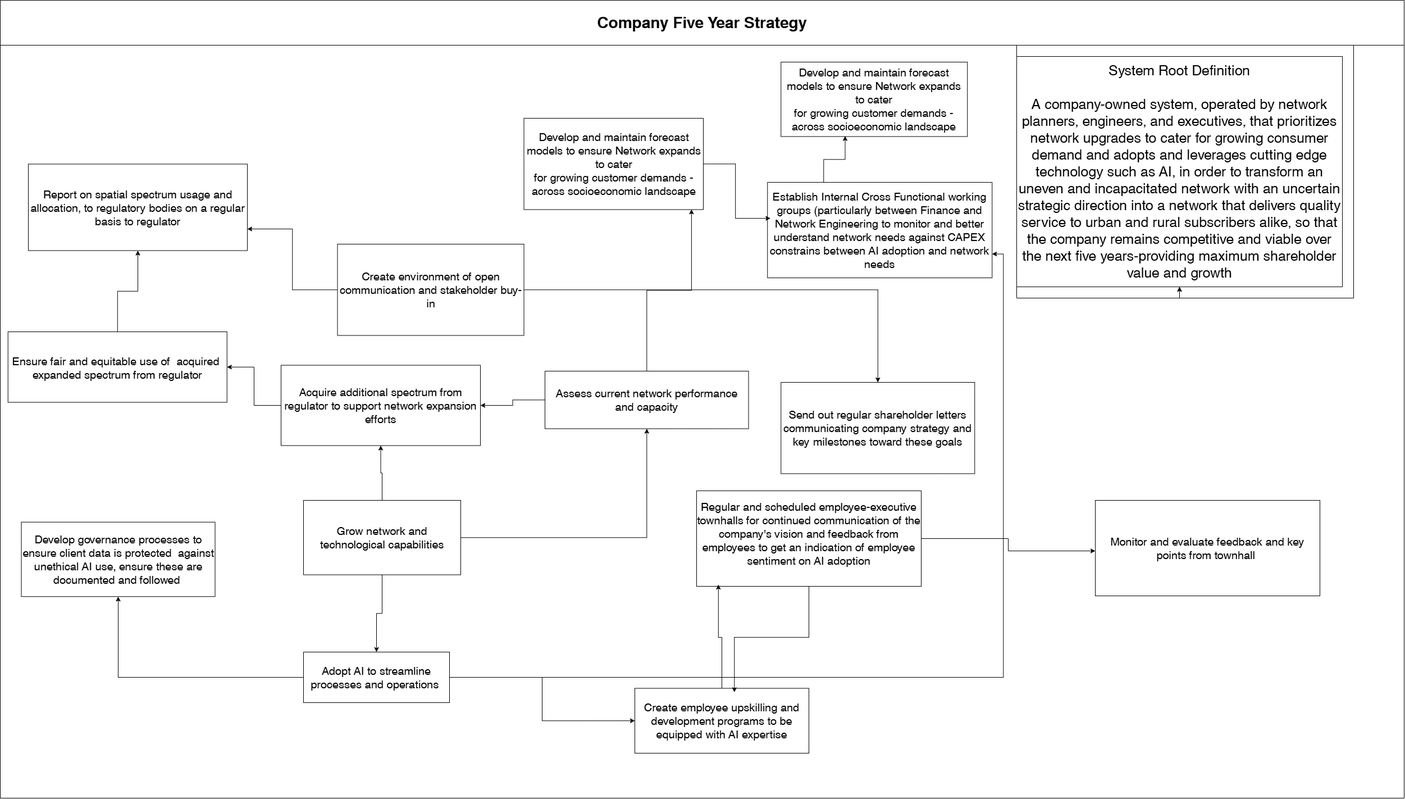
Earlier version of the draw.io export latest_ssm_conceptual_model.drawio.png (pamelafful/Prescriptive-Analytics). Source tidied: cells renumbered, new cells last; positions are measured from the earlier drawing's top-left corner, leaving out a move shared by most shapes.
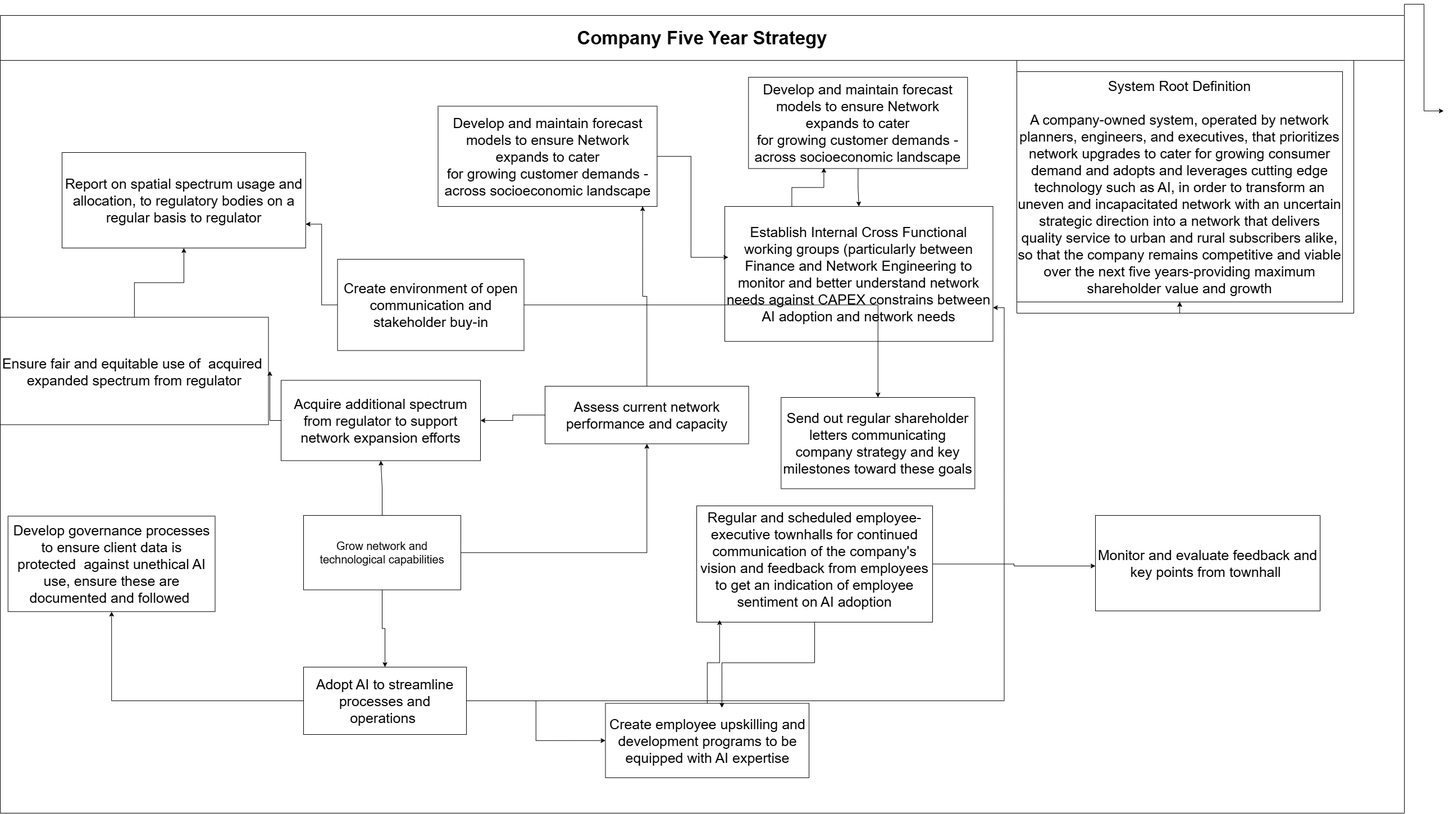
Later version of the same file.

Diff of the diagram source:
```diff
@@ -2,14 +2,19 @@
   <root>
     <mxCell id="0" />
     <mxCell id="1" parent="0" />
+    <mxCell id="38" style="edgeStyle=orthogonalEdgeStyle;rounded=0;jettySize=auto;html=1;exitX=1;exitY=0;exitDx=0;exitDy=0;defaultLabelBackgroundColor=page;" parent="1" edge="1" source="2">
+      <mxGeometry relative="1" as="geometry">
+        <mxPoint x="2570" y="170" as="targetPoint" />
+      </mxGeometry>
+    </mxCell>
-    <mxCell id="2" value="Company Five Year Strategy" style="swimlane;whiteSpace=wrap;startSize=80;fontSize=28;" parent="1" vertex="1">
+    <mxCell id="2" value="Company Five Year Strategy" style="swimlane;whiteSpace=wrap;startSize=80;fontSize=33;" parent="1" vertex="1">
       <mxGeometry width="2500" height="1420" as="geometry" />
     </mxCell>
     <mxCell id="3" style="edgeStyle=orthogonalEdgeStyle;rounded=0;jettySize=auto;html=1;defaultLabelBackgroundColor=page;" parent="2" edge="1" source="4" target="23">
       <mxGeometry relative="1" as="geometry" />
     </mxCell>
-    <mxCell id="4" value="Ensure fair and equitable use of  acquired &#10;expanded spectrum from regulator" style="fontSize=20;" parent="2" vertex="1">
-      <mxGeometry x="13.8" y="590" width="390" height="125.5" as="geometry" />
+    <mxCell id="4" value="Ensure fair and equitable use of  acquired &#10;expanded spectrum from regulator" style="fontSize=25;" parent="2" vertex="1">
+      <mxGeometry y="537.2" width="477.5" height="191.2" as="geometry" />
     </mxCell>
     <mxCell id="5" style="edgeStyle=orthogonalEdgeStyle;rounded=0;jettySize=auto;html=1;entryX=0.5;entryY=0;entryDx=0;entryDy=0;defaultLabelBackgroundColor=page;" parent="2" edge="1" source="7" target="11">
       <mxGeometry relative="1" as="geometry" />
@@ -29,23 +34,23 @@
     <mxCell id="10" style="edgeStyle=orthogonalEdgeStyle;rounded=0;jettySize=auto;html=1;entryX=1;entryY=0.75;entryDx=0;entryDy=0;defaultLabelBackgroundColor=page;" parent="2" edge="1" source="11" target="12">
       <mxGeometry relative="1" as="geometry" />
     </mxCell>
-    <mxCell id="11" value="Adopt AI to streamline processes and operations " style="fontSize=20;whiteSpace=wrap;" parent="2" vertex="1">
-      <mxGeometry x="540" y="1160" width="260" height="90" as="geometry" />
+    <mxCell id="11" value="Adopt AI to streamline processes and operations " style="fontSize=25;whiteSpace=wrap;" parent="2" vertex="1">
+      <mxGeometry x="540" y="1160" width="290" height="120" as="geometry" />
     </mxCell>
-    <mxCell id="12" value="&lt;font style=&quot;font-size: 20px;&quot;&gt;Establish Internal Cross Functional working groups (particularly between Finance and Network Engineering&amp;nbsp;to monitor and better understand network needs against CAPEX constrains between AI adoption and network needs&lt;/font&gt;" style="whiteSpace=wrap;html=1;" parent="2" vertex="1">
-      <mxGeometry x="1366.2" y="324" width="400" height="170" as="geometry" />
+    <mxCell id="12" value="&lt;font style=&quot;font-size: 25px;&quot;&gt;Establish Internal Cross Functional working groups (particularly between Finance and Network Engineering&amp;nbsp;to monitor and better understand network needs against CAPEX constrains between AI adoption and network needs&lt;/font&gt;" style="whiteSpace=wrap;html=1;" parent="2" vertex="1">
+      <mxGeometry x="1290" y="340" width="477.5" height="240.2" as="geometry" />
     </mxCell>
-    <mxCell id="13" value="&lt;font style=&quot;font-size: 20px;&quot;&gt;Develop governance processes to ensure client data is protected&amp;nbsp; against unethical AI use, ensure these are documented and followed&amp;nbsp;&lt;/font&gt;" style="whiteSpace=wrap;html=1;" parent="2" vertex="1">
-      <mxGeometry x="37.5" y="928.8" width="345" height="132.5" as="geometry" />
+    <mxCell id="13" value="&lt;font style=&quot;font-size: 25px;&quot;&gt;Develop governance processes to ensure client data is protected&amp;nbsp; against unethical AI use, ensure these are documented and followed&amp;nbsp;&lt;/font&gt;" style="whiteSpace=wrap;html=1;" parent="2" vertex="1">
+      <mxGeometry x="13.8" y="891.2" width="368.8" height="170" as="geometry" />
     </mxCell>
     <mxCell id="14" style="edgeStyle=orthogonalEdgeStyle;rounded=0;jettySize=auto;html=1;entryX=1;entryY=0.75;entryDx=0;entryDy=0;defaultLabelBackgroundColor=page;" parent="2" edge="1" source="15" target="23">
       <mxGeometry relative="1" as="geometry" />
     </mxCell>
-    <mxCell id="15" value="&lt;font style=&quot;font-size: 20px;&quot;&gt;Create environment of open communication and stakeholder buy-in&lt;/font&gt;" style="whiteSpace=wrap;html=1;" parent="2" vertex="1">
+    <mxCell id="15" value="&lt;font style=&quot;font-size: 25px;&quot;&gt;Create environment of open communication and stakeholder buy-in&lt;/font&gt;" style="whiteSpace=wrap;html=1;" parent="2" vertex="1">
       <mxGeometry x="600.5" y="434" width="332" height="162.5" as="geometry" />
     </mxCell>
-    <mxCell id="16" value="&lt;font style=&quot;font-size: 20px;&quot;&gt;Create employee upskilling and development programs to be equipped with AI expertise&lt;/font&gt;" style="whiteSpace=wrap;html=1;fontSize=15;" parent="2" vertex="1">
-      <mxGeometry x="1130" y="1224.5" width="310" height="115.5" as="geometry" />
+    <mxCell id="16" value="&lt;font style=&quot;font-size: 25px;&quot;&gt;Create employee upskilling and development programs to be equipped with AI expertise&lt;/font&gt;" style="whiteSpace=wrap;html=1;fontSize=15;" parent="2" vertex="1">
+      <mxGeometry x="1077.5" y="1224.5" width="362.5" height="132.5" as="geometry" />
     </mxCell>
     <mxCell id="17" style="edgeStyle=orthogonalEdgeStyle;rounded=0;jettySize=auto;html=1;defaultLabelBackgroundColor=page;" parent="2" edge="1" source="7" target="19">
       <mxGeometry relative="1" as="geometry" />
@@ -53,11 +58,11 @@
     <mxCell id="18" style="edgeStyle=orthogonalEdgeStyle;rounded=0;jettySize=auto;html=1;defaultLabelBackgroundColor=page;" parent="2" edge="1" source="19" target="30">
       <mxGeometry relative="1" as="geometry" />
     </mxCell>
-    <mxCell id="19" value="Assess current network performance and capacity" style="fontSize=20;whiteSpace=wrap;" parent="2" vertex="1">
+    <mxCell id="19" value="Assess current network performance and capacity" style="fontSize=25;whiteSpace=wrap;" parent="2" vertex="1">
       <mxGeometry x="970" y="660" width="362.5" height="102.5" as="geometry" />
     </mxCell>
-    <mxCell id="20" value="Develop and maintain forecast models to ensure Network expands to cater &#10;for growing customer demands -&#10;across socioeconomic landscape" style="fontSize=20;whiteSpace=wrap;" parent="2" vertex="1">
-      <mxGeometry x="932.5" y="210" width="319.5" height="162.5" as="geometry" />
+    <mxCell id="20" value="Develop and maintain forecast models to ensure Network expands to cater &#10;for growing customer demands -&#10;across socioeconomic landscape" style="fontSize=25;whiteSpace=wrap;" parent="2" vertex="1">
+      <mxGeometry x="779.5" y="161.5" width="390" height="178.5" as="geometry" />
     </mxCell>
     <mxCell id="21" style="edgeStyle=orthogonalEdgeStyle;rounded=0;jettySize=auto;html=1;entryX=0.934;entryY=0.998;entryDx=0;entryDy=0;entryPerimeter=0;defaultLabelBackgroundColor=page;" parent="2" edge="1" source="19" target="20">
       <mxGeometry relative="1" as="geometry" />
@@ -65,22 +70,25 @@
     <mxCell id="22" style="edgeStyle=orthogonalEdgeStyle;rounded=0;jettySize=auto;html=1;entryX=0.013;entryY=0.377;entryDx=0;entryDy=0;entryPerimeter=0;defaultLabelBackgroundColor=page;" parent="2" edge="1" source="20" target="12">
       <mxGeometry relative="1" as="geometry" />
     </mxCell>
-    <mxCell id="23" value="&lt;font style=&quot;font-size: 20px;&quot;&gt;Report on spatial spectrum usage and allocation, to regulatory bodies on a regular basis to regulator&lt;/font&gt;" style="whiteSpace=wrap;html=1;" parent="2" vertex="1">
-      <mxGeometry x="50" y="291.5" width="390" height="154" as="geometry" />
+    <mxCell id="23" value="&lt;font style=&quot;font-size: 25px;&quot;&gt;Report on spatial spectrum usage and allocation, to regulatory bodies on a regular basis to regulator&lt;/font&gt;" style="whiteSpace=wrap;html=1;" parent="2" vertex="1">
+      <mxGeometry x="110" y="244" width="433.8" height="170" as="geometry" />
     </mxCell>
     <mxCell id="24" style="edgeStyle=orthogonalEdgeStyle;rounded=0;jettySize=auto;html=1;defaultLabelBackgroundColor=page;" parent="2" edge="1" source="25">
       <mxGeometry relative="1" as="geometry">
         <mxPoint x="1950" y="980" as="targetPoint" />
       </mxGeometry>
     </mxCell>
-    <mxCell id="25" value="&lt;font style=&quot;font-size: 20px;&quot;&gt;Regular and scheduled employee-executive townhalls for continued communication of the company's vision and feedback from employees to get an indication of employee sentiment on AI adoption&lt;/font&gt;&lt;div&gt;&lt;br&gt;&lt;/div&gt;" style="whiteSpace=wrap;html=1;fontSize=15;" parent="2" vertex="1">
-      <mxGeometry x="1240" y="873" width="400" height="170" as="geometry" />
+    <mxCell id="25" value="&lt;font style=&quot;font-size: 25px;&quot;&gt;Regular and scheduled employee-executive townhalls for continued communication of the company's vision and feedback from employees to get an indication of employee sentiment on AI adoption&lt;/font&gt;&lt;div&gt;&lt;br&gt;&lt;/div&gt;" style="whiteSpace=wrap;html=1;fontSize=15;" parent="2" vertex="1">
+      <mxGeometry x="1240" y="873" width="420" height="207" as="geometry" />
     </mxCell>
-    <mxCell id="26" value="&lt;font style=&quot;font-size: 20px;&quot;&gt;Send out regular shareholder letters communicating company strategy and key milestones toward these goals&lt;/font&gt;" style="whiteSpace=wrap;html=1;" parent="2" vertex="1">
+    <mxCell id="26" value="&lt;font style=&quot;font-size: 25px;&quot;&gt;Send out regular shareholder letters communicating company strategy and key milestones toward these goals&lt;/font&gt;" style="whiteSpace=wrap;html=1;" parent="2" vertex="1">
       <mxGeometry x="1390.2" y="680" width="345" height="162.5" as="geometry" />
     </mxCell>
+    <mxCell id="39" style="edgeStyle=orthogonalEdgeStyle;rounded=0;jettySize=auto;html=1;defaultLabelBackgroundColor=page;" parent="2" edge="1" source="27" target="12">
+      <mxGeometry relative="1" as="geometry" />
+    </mxCell>
-    <mxCell id="27" value="Develop and maintain forecast models to ensure Network expands to cater &#10;for growing customer demands -&#10;across socioeconomic landscape" style="fontSize=20;whiteSpace=wrap;" parent="2" vertex="1">
-      <mxGeometry x="1390.2" y="110" width="332" height="132.5" as="geometry" />
+    <mxCell id="27" value="Develop and maintain forecast models to ensure Network expands to cater &#10;for growing customer demands -&#10;across socioeconomic landscape" style="fontSize=25;whiteSpace=wrap;" parent="2" vertex="1">
+      <mxGeometry x="1332.2" y="110" width="390" height="162.5" as="geometry" />
     </mxCell>
     <mxCell id="28" style="edgeStyle=orthogonalEdgeStyle;rounded=0;jettySize=auto;html=1;exitX=0.25;exitY=0;exitDx=0;exitDy=0;entryX=0.344;entryY=0.993;entryDx=0;entryDy=0;entryPerimeter=0;defaultLabelBackgroundColor=page;" parent="2" edge="1" source="12" target="27">
       <mxGeometry relative="1" as="geometry" />
@@ -88,7 +96,7 @@
     <mxCell id="29" style="edgeStyle=orthogonalEdgeStyle;rounded=0;jettySize=auto;html=1;defaultLabelBackgroundColor=page;" parent="2" edge="1" source="30" target="4">
       <mxGeometry relative="1" as="geometry" />
     </mxCell>
-    <mxCell id="30" value="&lt;font style=&quot;font-size: 20px;&quot;&gt;Acquire additional spectrum from regulator to support network expansion efforts&lt;/font&gt;" style="whiteSpace=wrap;html=1;fontSize=15;" parent="2" vertex="1">
+    <mxCell id="30" value="&lt;font style=&quot;font-size: 25px;&quot;&gt;Acquire additional spectrum from regulator to support network expansion efforts&lt;/font&gt;" style="whiteSpace=wrap;html=1;fontSize=15;" parent="2" vertex="1">
       <mxGeometry x="500" y="649.5" width="355" height="143" as="geometry" />
     </mxCell>
     <mxCell id="31" style="edgeStyle=orthogonalEdgeStyle;rounded=0;jettySize=auto;html=1;entryX=0.5;entryY=0;entryDx=0;entryDy=0;defaultLabelBackgroundColor=page;" parent="2" edge="1" source="15" target="26">
@@ -109,7 +117,7 @@
     <mxCell id="36" style="edgeStyle=orthogonalEdgeStyle;rounded=0;jettySize=auto;html=1;entryX=0.097;entryY=0.982;entryDx=0;entryDy=0;entryPerimeter=0;defaultLabelBackgroundColor=page;" parent="2" edge="1" source="16" target="25">
       <mxGeometry relative="1" as="geometry" />
     </mxCell>
-    <mxCell id="37" value="&lt;div&gt;&lt;font style=&quot;font-size: 20px;&quot;&gt;Monitor and evaluate feedback and key points from townhall&amp;nbsp;&lt;/font&gt;&lt;/div&gt;" style="whiteSpace=wrap;html=1;fontSize=15;" parent="2" vertex="1">
+    <mxCell id="37" value="&lt;div&gt;&lt;font style=&quot;font-size: 25px;&quot;&gt;Monitor and evaluate feedback and key points from townhall&amp;nbsp;&lt;/font&gt;&lt;/div&gt;" style="whiteSpace=wrap;html=1;fontSize=15;" parent="2" vertex="1">
       <mxGeometry x="1950" y="890" width="400" height="170" as="geometry" />
     </mxCell>
   </root>
```
